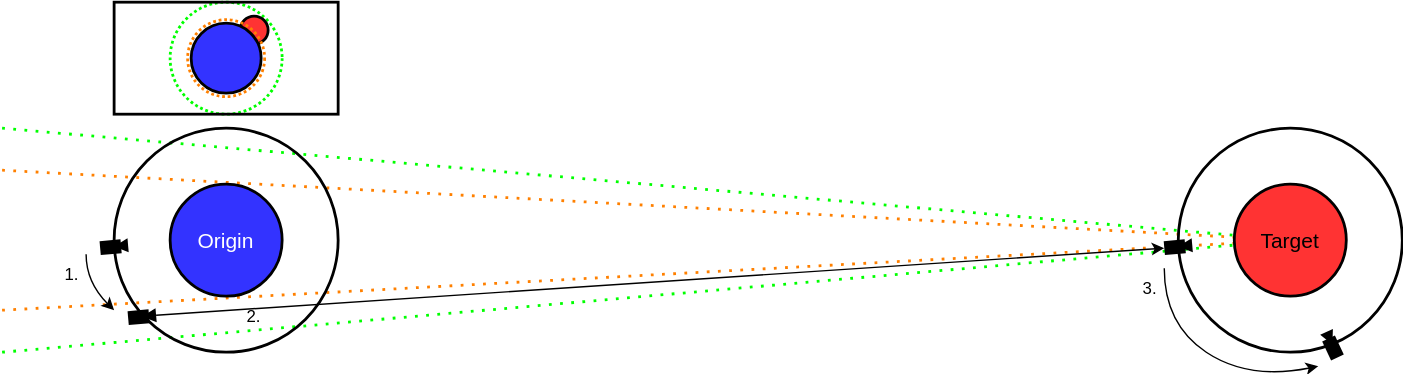
This is presentation/img/AutomaticNavigation_Orbit2Orbit.svg from NXXR/Master-Thesis, a draw.io export, as it was before one commit. Source tidied: cells renumbered, new cells last; positions are measured from the earlier drawing's top-left corner, leaving out a move shared by most shapes. Source of this version:
```xml
<mxGraphModel>
  <root>
    <mxCell id="0" />
    <mxCell id="1" parent="0" />
    <mxCell id="2" style="endArrow=none;dashed=1;html=1;dashPattern=1 3;strokeWidth=2;entryX=0.5;entryY=0.5;entryDx=0;entryDy=0;entryPerimeter=0;strokeColor=#00FF00;" parent="1" edge="1" target="11">
      <mxGeometry relative="1" as="geometry">
        <mxPoint y="250" as="sourcePoint" />
      </mxGeometry>
    </mxCell>
    <mxCell id="3" style="endArrow=none;dashed=1;html=1;dashPattern=1 3;strokeWidth=2;entryX=0.5;entryY=0.5;entryDx=0;entryDy=0;entryPerimeter=0;strokeColor=#00FF00;" parent="1" edge="1" target="11">
      <mxGeometry relative="1" as="geometry">
        <mxPoint y="90" as="sourcePoint" />
      </mxGeometry>
    </mxCell>
    <mxCell id="4" style="endArrow=none;dashed=1;html=1;dashPattern=1 3;strokeWidth=2;entryX=0.5;entryY=0.5;entryDx=0;entryDy=0;entryPerimeter=0;strokeColor=#FF8000;" parent="1" edge="1" target="11">
      <mxGeometry relative="1" as="geometry">
        <mxPoint y="120" as="sourcePoint" />
      </mxGeometry>
    </mxCell>
    <mxCell id="5" style="endArrow=none;dashed=1;html=1;dashPattern=1 3;strokeWidth=2;entryX=0.5;entryY=0.5;entryDx=0;entryDy=0;entryPerimeter=0;strokeColor=#FF8000;" parent="1" edge="1" target="11">
      <mxGeometry relative="1" as="geometry">
        <mxPoint y="220" as="sourcePoint" />
      </mxGeometry>
    </mxCell>
    <mxCell id="6" style="ellipse;whiteSpace=wrap;html=1;fillColor=#3333FF;strokeWidth=2;" parent="1" vertex="1">
      <mxGeometry x="120" y="130" width="80" height="80" as="geometry" />
    </mxCell>
    <mxCell id="7" value="&lt;font style=&quot;font-size: 15px&quot; color=&quot;#ffffff&quot;&gt;Origin&lt;/font&gt;" style="text;html=1;strokeColor=none;fillColor=none;align=center;verticalAlign=middle;whiteSpace=wrap;rounded=0;" parent="1" vertex="1">
      <mxGeometry x="140" y="160" width="40" height="20" as="geometry" />
    </mxCell>
    <mxCell id="8" style="ellipse;whiteSpace=wrap;html=1;strokeWidth=2;fillColor=#FF3333;" parent="1" vertex="1">
      <mxGeometry x="880" y="130" width="80" height="80" as="geometry" />
    </mxCell>
    <mxCell id="9" value="&lt;font style=&quot;font-size: 15px&quot;&gt;Target&lt;/font&gt;" style="text;html=1;strokeColor=none;fillColor=none;align=center;verticalAlign=middle;whiteSpace=wrap;rounded=0;" parent="1" vertex="1">
      <mxGeometry x="900" y="160" width="40" height="20" as="geometry" />
    </mxCell>
    <mxCell id="10" style="ellipse;whiteSpace=wrap;html=1;strokeWidth=2;fillColor=none;" parent="1" vertex="1">
      <mxGeometry x="80" y="90" width="160" height="160" as="geometry" />
    </mxCell>
    <mxCell id="11" style="ellipse;whiteSpace=wrap;html=1;strokeWidth=2;fillColor=none;" parent="1" vertex="1">
      <mxGeometry x="840" y="90" width="160" height="160" as="geometry" />
    </mxCell>
    <mxCell id="12" style="group;rotation=-185;" parent="1" vertex="1">
      <mxGeometry x="90" y="220" width="20" height="10" as="geometry" />
    </mxCell>
    <mxCell id="13" style="triangle;whiteSpace=wrap;html=1;strokeWidth=2;strokeColor=none;fillColor=#000000;rotation=-185;" parent="12" vertex="1">
      <mxGeometry x="10" y="-1" width="10" height="10" as="geometry" />
    </mxCell>
    <mxCell id="14" style="rounded=0;whiteSpace=wrap;html=1;strokeWidth=2;fillColor=#000000;strokeColor=none;rotation=-185;" parent="12" vertex="1">
      <mxGeometry width="15" height="10" as="geometry" />
    </mxCell>
    <mxCell id="15" style="group;rotation=-185;" parent="1" vertex="1">
      <mxGeometry x="70" y="170" width="20" height="10" as="geometry" />
    </mxCell>
    <mxCell id="16" style="triangle;whiteSpace=wrap;html=1;strokeWidth=2;strokeColor=none;fillColor=#000000;rotation=-185;" parent="15" vertex="1">
      <mxGeometry x="10" y="-1" width="10" height="10" as="geometry" />
    </mxCell>
    <mxCell id="17" style="rounded=0;whiteSpace=wrap;html=1;strokeWidth=2;fillColor=#000000;strokeColor=none;rotation=-185;" parent="15" vertex="1">
      <mxGeometry width="15" height="10" as="geometry" />
    </mxCell>
    <mxCell id="18" style="curved=1;endArrow=classic;html=1;" parent="1" edge="1">
      <mxGeometry relative="1" as="geometry">
        <mxPoint x="60" y="180" as="sourcePoint" />
        <mxPoint x="80" y="220" as="targetPoint" />
        <Array as="points">
          <mxPoint x="60" y="200" />
        </Array>
      </mxGeometry>
    </mxCell>
    <mxCell id="19" value="1." style="text;html=1;strokeColor=none;fillColor=none;align=center;verticalAlign=middle;whiteSpace=wrap;rounded=0;" parent="1" vertex="1">
      <mxGeometry x="40" y="190" width="20" height="10" as="geometry" />
    </mxCell>
    <mxCell id="20" style="group;rotation=-185;" parent="1" vertex="1">
      <mxGeometry x="830" y="170" width="20" height="10" as="geometry" />
    </mxCell>
    <mxCell id="21" style="triangle;whiteSpace=wrap;html=1;strokeWidth=2;strokeColor=none;fillColor=#000000;rotation=-185;" parent="20" vertex="1">
      <mxGeometry x="10" y="-1" width="10" height="10" as="geometry" />
    </mxCell>
    <mxCell id="22" style="rounded=0;whiteSpace=wrap;html=1;strokeWidth=2;fillColor=#000000;strokeColor=none;rotation=-185;" parent="20" vertex="1">
      <mxGeometry width="15" height="10" as="geometry" />
    </mxCell>
    <mxCell id="23" style="endArrow=classic;html=1;strokeColor=#000000;entryX=1;entryY=0.5;entryDx=0;entryDy=0;exitX=0;exitY=0.5;exitDx=0;exitDy=0;" parent="1" edge="1" source="13" target="22">
      <mxGeometry relative="1" as="geometry" />
    </mxCell>
    <mxCell id="24" value="2." style="text;html=1;strokeColor=none;fillColor=none;align=center;verticalAlign=middle;whiteSpace=wrap;rounded=0;" parent="1" vertex="1">
      <mxGeometry x="170" y="220" width="20" height="10" as="geometry" />
    </mxCell>
    <mxCell id="25" style="group;rotation=65;" parent="1" vertex="1">
      <mxGeometry x="940" y="240" width="20" height="10" as="geometry" />
    </mxCell>
    <mxCell id="26" style="triangle;whiteSpace=wrap;html=1;strokeWidth=2;strokeColor=none;fillColor=#000000;rotation=65;" parent="25" vertex="1">
      <mxGeometry x="3" y="-5" width="10" height="10" as="geometry" />
    </mxCell>
    <mxCell id="27" style="rounded=0;whiteSpace=wrap;html=1;strokeWidth=2;fillColor=#000000;strokeColor=none;rotation=65;" parent="25" vertex="1">
      <mxGeometry x="3" y="2" width="15" height="10" as="geometry" />
    </mxCell>
    <mxCell id="28" style="curved=1;endArrow=classic;html=1;strokeColor=#000000;" parent="1" edge="1">
      <mxGeometry relative="1" as="geometry">
        <mxPoint x="830" y="190" as="sourcePoint" />
        <mxPoint x="940" y="260" as="targetPoint" />
        <Array as="points">
          <mxPoint x="830" y="230" />
          <mxPoint x="890" y="270" />
        </Array>
      </mxGeometry>
    </mxCell>
    <mxCell id="29" value="3." style="text;html=1;strokeColor=none;fillColor=none;align=center;verticalAlign=middle;whiteSpace=wrap;rounded=0;" parent="1" vertex="1">
      <mxGeometry x="810" y="200" width="20" height="10" as="geometry" />
    </mxCell>
    <mxCell id="30" style="group;" parent="1" vertex="1">
      <mxGeometry x="80" width="160" height="80" as="geometry" />
    </mxCell>
    <mxCell id="31" style="ellipse;whiteSpace=wrap;html=1;dashed=1;dashPattern=1 1;strokeWidth=2;fillColor=none;strokeColor=#00FF00;" parent="30" vertex="1">
      <mxGeometry x="40" width="80" height="80" as="geometry" />
    </mxCell>
    <mxCell id="32" style="ellipse;whiteSpace=wrap;html=1;strokeWidth=2;fillColor=#FF3333;" parent="30" vertex="1">
      <mxGeometry x="90" y="10" width="20" height="20" as="geometry" />
    </mxCell>
    <mxCell id="33" style="rounded=0;whiteSpace=wrap;html=1;strokeWidth=2;fillColor=none;" parent="30" vertex="1">
      <mxGeometry width="160" height="80" as="geometry" />
    </mxCell>
    <mxCell id="34" style="ellipse;whiteSpace=wrap;html=1;strokeWidth=2;fillColor=#3333FF;" parent="30" vertex="1">
      <mxGeometry x="55" y="15" width="50" height="50" as="geometry" />
    </mxCell>
    <mxCell id="35" style="ellipse;whiteSpace=wrap;html=1;dashed=1;dashPattern=1 1;strokeColor=#FF8000;strokeWidth=2;fillColor=none;" parent="30" vertex="1">
      <mxGeometry x="52.5" y="12.5" width="55" height="55" as="geometry" />
    </mxCell>
  </root>
</mxGraphModel>
```
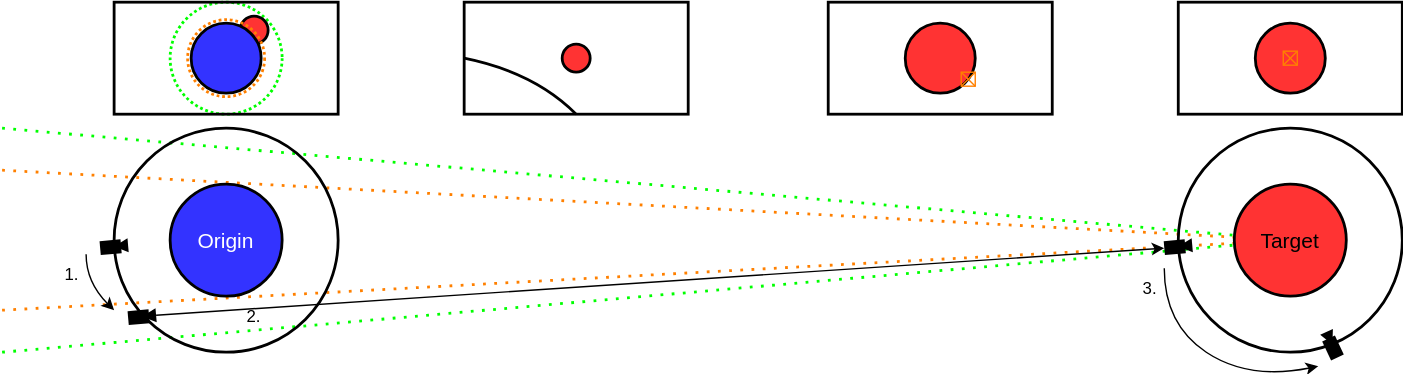
Later version of the same file.

Change to the diagram source:
```diff
@@ -125,5 +125,60 @@
     <mxCell id="35" style="ellipse;whiteSpace=wrap;html=1;dashed=1;dashPattern=1 1;strokeColor=#FF8000;strokeWidth=2;fillColor=none;" parent="30" vertex="1">
       <mxGeometry x="52.5" y="12.5" width="55" height="55" as="geometry" />
     </mxCell>
+    <mxCell id="36" style="rounded=0;whiteSpace=wrap;html=1;strokeWidth=2;fillColor=none;" parent="1" vertex="1">
+      <mxGeometry x="330" width="160" height="80" as="geometry" />
+    </mxCell>
+    <mxCell id="37" style="endArrow=none;html=1;exitX=0;exitY=0.5;exitDx=0;exitDy=0;entryX=0.5;entryY=1;entryDx=0;entryDy=0;curved=1;strokeWidth=2;" parent="1" edge="1" source="36" target="36">
+      <mxGeometry relative="1" as="geometry">
+        <Array as="points">
+          <mxPoint x="380" y="50" />
+        </Array>
+      </mxGeometry>
+    </mxCell>
+    <mxCell id="38" style="ellipse;whiteSpace=wrap;html=1;strokeWidth=2;fillColor=#FF3333;" parent="1" vertex="1">
+      <mxGeometry x="400" y="30" width="20" height="20" as="geometry" />
+    </mxCell>
+    <mxCell id="39" style="rounded=0;whiteSpace=wrap;html=1;strokeWidth=2;fillColor=none;" parent="1" vertex="1">
+      <mxGeometry x="590" width="160" height="80" as="geometry" />
+    </mxCell>
+    <mxCell id="40" style="rounded=0;whiteSpace=wrap;html=1;strokeWidth=2;fillColor=none;" parent="1" vertex="1">
+      <mxGeometry x="840" width="160" height="80" as="geometry" />
+    </mxCell>
+    <mxCell id="41" style="ellipse;whiteSpace=wrap;html=1;strokeWidth=2;fillColor=#FF3333;" parent="1" vertex="1">
+      <mxGeometry x="645" y="15" width="50" height="50" as="geometry" />
+    </mxCell>
+    <mxCell id="42" style="endArrow=none;html=1;strokeWidth=1;fillColor=#ffe6cc;strokeColor=#FF8000;" parent="1" edge="1">
+      <mxGeometry relative="1" as="geometry">
+        <mxPoint x="685" y="60" as="sourcePoint" />
+        <mxPoint x="695" y="50" as="targetPoint" />
+      </mxGeometry>
+    </mxCell>
+    <mxCell id="43" style="endArrow=none;html=1;strokeColor=#FF8000;strokeWidth=1;" parent="1" edge="1">
+      <mxGeometry relative="1" as="geometry">
+        <mxPoint x="695" y="60" as="sourcePoint" />
+        <mxPoint x="685" y="50" as="targetPoint" />
+      </mxGeometry>
+    </mxCell>
+    <mxCell id="44" style="rounded=0;whiteSpace=wrap;html=1;strokeWidth=1;fillColor=none;strokeColor=#FF8000;" parent="1" vertex="1">
+      <mxGeometry x="685" y="50" width="10" height="10" as="geometry" />
+    </mxCell>
+    <mxCell id="45" style="ellipse;whiteSpace=wrap;html=1;strokeWidth=2;fillColor=#FF3333;" parent="1" vertex="1">
+      <mxGeometry x="895" y="15" width="50" height="50" as="geometry" />
+    </mxCell>
+    <mxCell id="46" style="rounded=0;whiteSpace=wrap;html=1;strokeWidth=1;fillColor=none;strokeColor=#FF8000;" parent="1" vertex="1">
+      <mxGeometry x="915" y="35" width="10" height="10" as="geometry" />
+    </mxCell>
+    <mxCell id="47" style="endArrow=none;html=1;strokeColor=#FF8000;strokeWidth=1;" parent="1" edge="1">
+      <mxGeometry relative="1" as="geometry">
+        <mxPoint x="915" y="45" as="sourcePoint" />
+        <mxPoint x="925" y="35" as="targetPoint" />
+      </mxGeometry>
+    </mxCell>
+    <mxCell id="48" style="endArrow=none;html=1;strokeColor=#FF8000;strokeWidth=1;" parent="1" edge="1">
+      <mxGeometry relative="1" as="geometry">
+        <mxPoint x="925" y="45" as="sourcePoint" />
+        <mxPoint x="915" y="35" as="targetPoint" />
+      </mxGeometry>
+    </mxCell>
   </root>
 </mxGraphModel>
```
